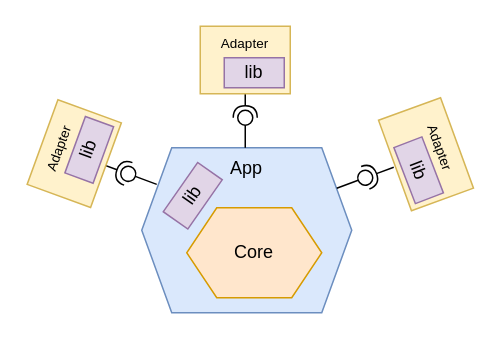
Above: page "Component" (15 of 17) of 1.drawio in alicemunsal/dohex (draw.io), before the change. Source tidied: cells renumbered, new cells numbered last; positions are measured from the earlier drawing's top-left corner, leaving out a move shared by most shapes. Both pictures are drawn from the tidied source at 150%, with x=0, y=0 at pixel (28, 26).
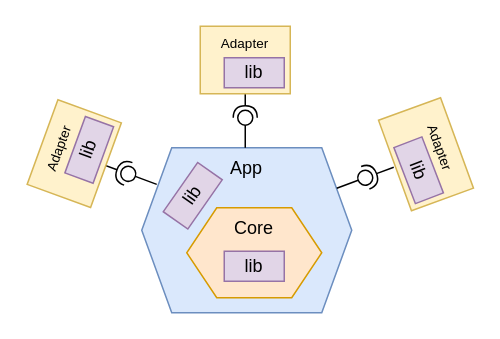
Above is the later version.

The edit, as a diff of the source:
```diff
@@
-    <mxCell id="3" value="Core" style="shape=hexagon;perimeter=hexagonPerimeter2;whiteSpace=wrap;html=1;fixedSize=1;rotation=0;fillColor=#ffe6cc;strokeColor=#d79b00;verticalAlign=middle;" parent="1" vertex="1">
+    <mxCell id="3" value="Core" style="shape=hexagon;perimeter=hexagonPerimeter2;whiteSpace=wrap;html=1;fixedSize=1;rotation=0;fillColor=#ffe6cc;strokeColor=#d79b00;verticalAlign=top;" parent="1" vertex="1">
       <mxGeometry x="105" y="121" width="90" height="60" as="geometry" />
     </mxCell>
@@
+    <mxCell id="24" value="lib" style="rounded=0;whiteSpace=wrap;html=1;fillColor=#e1d5e7;strokeColor=#9673a6;" parent="1" vertex="1">
+      <mxGeometry x="130" y="150" width="40" height="20" as="geometry" />
+    </mxCell>
```
